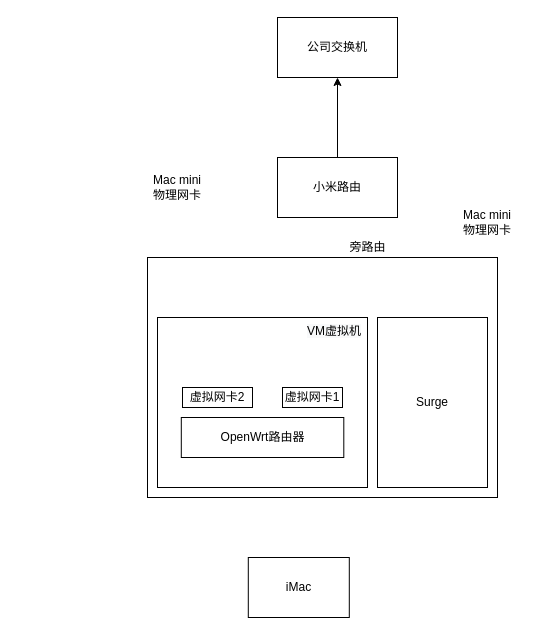
Before: Untitled Diagram.drawio in jyrnan/Diagram, a draw.io diagram. Source tidied: cells renumbered, new cells numbered last; positions are measured from the earlier drawing's top-left corner, leaving out a move shared by most shapes. Both pictures are drawn from the tidied source at 100%, with x=0, y=0 at pixel (147, 17).
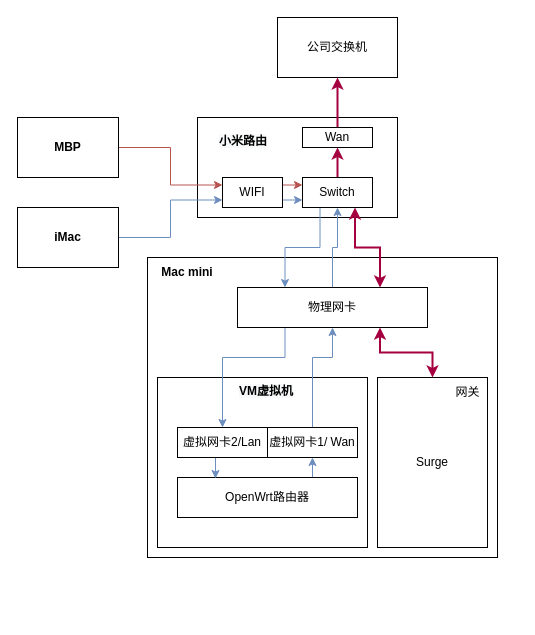
Above is the later version.

Unchanged cells that the change refers to:
```xml
<mxCell id="5" value="公司交换机" style="whiteSpace=wrap;html=1;rounded=0;" parent="1" vertex="1">
  <mxGeometry x="130" width="120" height="60" as="geometry" />
</mxCell>
```

What changed in the source:
```diff
@@
+    <mxCell id="4" style="rounded=0;whiteSpace=wrap;html=1;" parent="1" vertex="1">
+      <mxGeometry x="50" y="100" width="200" height="100" as="geometry" />
+    </mxCell>
     <mxCell id="2" style="whiteSpace=wrap;html=1;rounded=0;" parent="1" vertex="1">
-      <mxGeometry y="240" width="350" height="240" as="geometry" />
+      <mxGeometry y="240" width="350" height="300" as="geometry" />
     </mxCell>
-    <mxCell id="3" style="edgeStyle=orthogonalEdgeStyle;rounded=0;jettySize=auto;html=1;" parent="1" edge="1" source="4" target="5">
-      <mxGeometry relative="1" as="geometry" />
-    </mxCell>
-    <mxCell id="4" value="小米路由" style="rounded=0;whiteSpace=wrap;html=1;" parent="1" vertex="1">
-      <mxGeometry x="130" y="140" width="120" height="60" as="geometry" />
-    </mxCell>
@@
-    <mxCell id="6" value="Mac mini 物理网卡" style="text;html=1;strokeColor=none;fillColor=none;align=center;verticalAlign=middle;whiteSpace=wrap;rounded=0;" parent="1" vertex="1">
-      <mxGeometry y="155" width="60" height="30" as="geometry" />
-    </mxCell>
     <mxCell id="7" value="Surge" style="rounded=0;whiteSpace=wrap;html=1;" parent="1" vertex="1">
-      <mxGeometry x="230" y="300" width="110" height="170" as="geometry" />
+      <mxGeometry x="230" y="360" width="110" height="170" as="geometry" />
     </mxCell>
     <mxCell id="8" style="rounded=0;whiteSpace=wrap;html=1;" parent="1" vertex="1">
-      <mxGeometry x="10" y="300" width="210" height="170" as="geometry" />
+      <mxGeometry x="10" y="360" width="210" height="170" as="geometry" />
     </mxCell>
-    <mxCell id="9" value="&lt;span style=&quot;caret-color: rgb(0, 0, 0); color: rgb(0, 0, 0); font-family: Helvetica; font-size: 12px; font-style: normal; font-variant-caps: normal; font-weight: 400; letter-spacing: normal; text-align: center; text-indent: 0px; text-transform: none; word-spacing: 0px; -webkit-text-stroke-width: 0px; background-color: rgb(248, 249, 250); text-decoration: none; float: none; display: inline !important;&quot;&gt;VM虚拟机&lt;/span&gt;" style="text;whiteSpace=wrap;html=1;" parent="1" vertex="1">
-      <mxGeometry x="157.5" y="300" width="65" height="30" as="geometry" />
+    <mxCell id="9" value="&lt;span style=&quot;caret-color: rgb(0, 0, 0); color: rgb(0, 0, 0); font-family: Helvetica; font-size: 12px; font-style: normal; font-variant-caps: normal; letter-spacing: normal; text-align: center; text-indent: 0px; text-transform: none; word-spacing: 0px; -webkit-text-stroke-width: 0px; background-color: rgb(248, 249, 250); text-decoration: none; float: none; display: inline !important;&quot;&gt;VM虚拟机&lt;/span&gt;" style="text;whiteSpace=wrap;html=1;fontStyle=1;" parent="1" vertex="1">
+      <mxGeometry x="90" y="360" width="65" height="30" as="geometry" />
     </mxCell>
+    <mxCell id="16" style="edgeStyle=orthogonalEdgeStyle;rounded=0;jettySize=auto;html=1;exitX=0.75;exitY=0;exitDx=0;exitDy=0;entryX=0.5;entryY=1;entryDx=0;entryDy=0;fillColor=#dae8fc;strokeColor=#6c8ebf;" parent="1" edge="1" source="10" target="13">
+      <mxGeometry relative="1" as="geometry" />
+    </mxCell>
     <mxCell id="10" value="&lt;span style=&quot;&quot;&gt;OpenWrt路由器&lt;/span&gt;" style="rounded=0;whiteSpace=wrap;html=1;" parent="1" vertex="1">
-      <mxGeometry x="33.8" y="400" width="162.5" height="40" as="geometry" />
+      <mxGeometry x="30" y="460" width="180" height="40" as="geometry" />
     </mxCell>
-    <mxCell id="11" value="旁路由" style="text;html=1;align=center;verticalAlign=middle;strokeColor=none;fillColor=none;" parent="1" vertex="1">
-      <mxGeometry x="195" y="220" width="50" height="20" as="geometry" />
+    <mxCell id="11" value="网关" style="text;html=1;align=center;verticalAlign=middle;strokeColor=none;fillColor=none;" parent="1" vertex="1">
+      <mxGeometry x="300" y="365" width="40" height="20" as="geometry" />
     </mxCell>
+    <mxCell id="17" style="edgeStyle=orthogonalEdgeStyle;rounded=0;jettySize=auto;html=1;entryX=0;entryY=0.75;entryDx=0;entryDy=0;fillColor=#dae8fc;strokeColor=#6c8ebf;" parent="1" edge="1" source="12" target="31">
+      <mxGeometry relative="1" as="geometry" />
+    </mxCell>
-    <mxCell id="12" value="iMac" style="rounded=0;whiteSpace=wrap;html=1;" parent="1" vertex="1">
-      <mxGeometry x="100.8" y="540" width="101" height="60" as="geometry" />
+    <mxCell id="12" value="iMac" style="rounded=0;whiteSpace=wrap;html=1;fontStyle=1;" parent="1" vertex="1">
+      <mxGeometry x="-130" y="190" width="101" height="60" as="geometry" />
     </mxCell>
+    <mxCell id="18" style="edgeStyle=orthogonalEdgeStyle;rounded=0;jettySize=auto;html=1;exitX=0.5;exitY=0;exitDx=0;exitDy=0;strokeWidth=1;fillColor=#dae8fc;strokeColor=#6c8ebf;" parent="1" edge="1" source="13" target="35">
+      <mxGeometry relative="1" as="geometry">
+        <Array as="points">
+          <mxPoint x="165" y="340" />
+          <mxPoint x="185" y="340" />
+        </Array>
+      </mxGeometry>
+    </mxCell>
-    <mxCell id="13" value="虚拟网卡1" style="whiteSpace=wrap;html=1;rounded=0;" parent="1" vertex="1">
-      <mxGeometry x="135" y="370" width="60" height="20" as="geometry" />
+    <mxCell id="13" value="虚拟网卡1/ Wan" style="whiteSpace=wrap;html=1;rounded=0;" parent="1" vertex="1">
+      <mxGeometry x="120" y="410" width="90" height="30" as="geometry" />
     </mxCell>
+    <mxCell id="19" style="edgeStyle=orthogonalEdgeStyle;rounded=0;jettySize=auto;html=1;exitX=0.5;exitY=1;exitDx=0;exitDy=0;entryX=0.211;entryY=0.025;entryDx=0;entryDy=0;entryPerimeter=0;fillColor=#dae8fc;strokeColor=#6c8ebf;" parent="1" edge="1" source="14" target="10">
+      <mxGeometry relative="1" as="geometry" />
+    </mxCell>
-    <mxCell id="14" value="虚拟网卡2" style="whiteSpace=wrap;html=1;rounded=0;" parent="1" vertex="1">
-      <mxGeometry x="35" y="370" width="70" height="20" as="geometry" />
+    <mxCell id="14" value="虚拟网卡2/Lan" style="whiteSpace=wrap;html=1;rounded=0;" parent="1" vertex="1">
+      <mxGeometry x="30" y="410" width="90" height="30" as="geometry" />
     </mxCell>
-    <mxCell id="15" value="Mac mini 物理网卡" style="text;html=1;strokeColor=none;fillColor=none;align=center;verticalAlign=middle;whiteSpace=wrap;rounded=0;" parent="1" vertex="1">
-      <mxGeometry x="310" y="190" width="60" height="30" as="geometry" />
+    <mxCell id="15" value="Mac mini" style="text;html=1;strokeColor=none;fillColor=none;align=center;verticalAlign=middle;whiteSpace=wrap;rounded=0;fontStyle=1;" parent="1" vertex="1">
+      <mxGeometry x="10" y="240" width="60" height="30" as="geometry" />
     </mxCell>
+    <mxCell id="20" value="&lt;span style=&quot;caret-color: rgb(0, 0, 0); color: rgb(0, 0, 0); font-family: Helvetica; font-size: 12px; font-style: normal; font-variant-caps: normal; letter-spacing: normal; text-align: center; text-indent: 0px; text-transform: none; word-spacing: 0px; -webkit-text-stroke-width: 0px; background-color: rgb(248, 249, 250); text-decoration: none; float: none; display: inline !important;&quot;&gt;小米路由&lt;/span&gt;" style="text;whiteSpace=wrap;html=1;fontStyle=1;" parent="1" vertex="1">
+      <mxGeometry x="70" y="110" width="55" height="20" as="geometry" />
+    </mxCell>
+    <mxCell id="21" style="edgeStyle=orthogonalEdgeStyle;rounded=0;jettySize=auto;html=1;exitX=0.5;exitY=0;exitDx=0;exitDy=0;fillColor=#d80073;strokeColor=#A50040;strokeWidth=2;" parent="1" edge="1" source="22" target="5">
+      <mxGeometry relative="1" as="geometry" />
+    </mxCell>
+    <mxCell id="22" value="Wan" style="rounded=0;whiteSpace=wrap;html=1;" parent="1" vertex="1">
+      <mxGeometry x="155" y="110" width="70" height="20" as="geometry" />
+    </mxCell>
+    <mxCell id="23" style="edgeStyle=orthogonalEdgeStyle;rounded=0;jettySize=auto;html=1;exitX=0.5;exitY=0;exitDx=0;exitDy=0;entryX=0.5;entryY=1;entryDx=0;entryDy=0;fillColor=#d80073;strokeColor=#A50040;strokeWidth=2;" parent="1" edge="1" source="26" target="22">
+      <mxGeometry relative="1" as="geometry" />
+    </mxCell>
+    <mxCell id="24" style="edgeStyle=orthogonalEdgeStyle;rounded=0;jettySize=auto;html=1;exitX=0.75;exitY=1;exitDx=0;exitDy=0;entryX=0.75;entryY=0;entryDx=0;entryDy=0;strokeWidth=2;fillColor=#d80073;strokeColor=#A50040;startArrow=classic;startFill=1;" parent="1" edge="1" source="26" target="35">
+      <mxGeometry relative="1" as="geometry" />
+    </mxCell>
+    <mxCell id="25" style="edgeStyle=orthogonalEdgeStyle;rounded=0;jettySize=auto;html=1;exitX=0.25;exitY=1;exitDx=0;exitDy=0;entryX=0.25;entryY=0;entryDx=0;entryDy=0;startArrow=none;startFill=0;strokeWidth=1;fillColor=#dae8fc;strokeColor=#6c8ebf;" parent="1" edge="1" source="26" target="35">
+      <mxGeometry relative="1" as="geometry" />
+    </mxCell>
+    <mxCell id="26" value="Switch" style="rounded=0;whiteSpace=wrap;html=1;" parent="1" vertex="1">
+      <mxGeometry x="155" y="160" width="70" height="30" as="geometry" />
+    </mxCell>
+    <mxCell id="27" style="edgeStyle=orthogonalEdgeStyle;rounded=0;jettySize=auto;html=1;exitX=1;exitY=0.5;exitDx=0;exitDy=0;entryX=0;entryY=0.25;entryDx=0;entryDy=0;fillColor=#f8cecc;strokeColor=#b85450;" parent="1" edge="1" source="28" target="31">
+      <mxGeometry relative="1" as="geometry" />
+    </mxCell>
+    <mxCell id="28" value="MBP" style="rounded=0;whiteSpace=wrap;html=1;fontStyle=1;" parent="1" vertex="1">
+      <mxGeometry x="-130" y="100" width="101" height="60" as="geometry" />
+    </mxCell>
+    <mxCell id="29" style="edgeStyle=orthogonalEdgeStyle;rounded=0;jettySize=auto;html=1;exitX=1;exitY=0.25;exitDx=0;exitDy=0;entryX=0;entryY=0.25;entryDx=0;entryDy=0;strokeWidth=1;fillColor=#f8cecc;strokeColor=#b85450;" parent="1" edge="1" source="31" target="26">
+      <mxGeometry relative="1" as="geometry" />
+    </mxCell>
+    <mxCell id="30" style="edgeStyle=orthogonalEdgeStyle;rounded=0;jettySize=auto;html=1;exitX=1;exitY=0.75;exitDx=0;exitDy=0;entryX=0;entryY=0.75;entryDx=0;entryDy=0;strokeWidth=1;fillColor=#dae8fc;strokeColor=#6c8ebf;" parent="1" edge="1" source="31" target="26">
+      <mxGeometry relative="1" as="geometry" />
+    </mxCell>
+    <mxCell id="31" value="WIFI" style="rounded=0;whiteSpace=wrap;html=1;" parent="1" vertex="1">
+      <mxGeometry x="75" y="160" width="60" height="30" as="geometry" />
+    </mxCell>
+    <mxCell id="32" style="edgeStyle=orthogonalEdgeStyle;rounded=0;jettySize=auto;html=1;exitX=0.25;exitY=1;exitDx=0;exitDy=0;strokeWidth=1;fillColor=#dae8fc;strokeColor=#6c8ebf;" parent="1" edge="1" source="35" target="14">
+      <mxGeometry relative="1" as="geometry">
+        <Array as="points">
+          <mxPoint x="138" y="340" />
+          <mxPoint x="75" y="340" />
+        </Array>
+      </mxGeometry>
+    </mxCell>
+    <mxCell id="33" style="edgeStyle=orthogonalEdgeStyle;rounded=0;jettySize=auto;html=1;exitX=0.75;exitY=1;exitDx=0;exitDy=0;entryX=0.5;entryY=0;entryDx=0;entryDy=0;strokeWidth=2;fillColor=#d80073;strokeColor=#A50040;startArrow=classic;startFill=1;" parent="1" edge="1" source="35" target="7">
+      <mxGeometry relative="1" as="geometry" />
+    </mxCell>
+    <mxCell id="34" style="edgeStyle=orthogonalEdgeStyle;rounded=0;jettySize=auto;html=1;entryX=0.5;entryY=1;entryDx=0;entryDy=0;startArrow=none;startFill=0;strokeWidth=1;fillColor=#dae8fc;strokeColor=#6c8ebf;" parent="1" edge="1" source="35" target="26">
+      <mxGeometry relative="1" as="geometry" />
+    </mxCell>
+    <mxCell id="35" value="物理网卡" style="rounded=0;whiteSpace=wrap;html=1;" parent="1" vertex="1">
+      <mxGeometry x="90" y="270" width="190" height="40" as="geometry" />
+    </mxCell>
```
